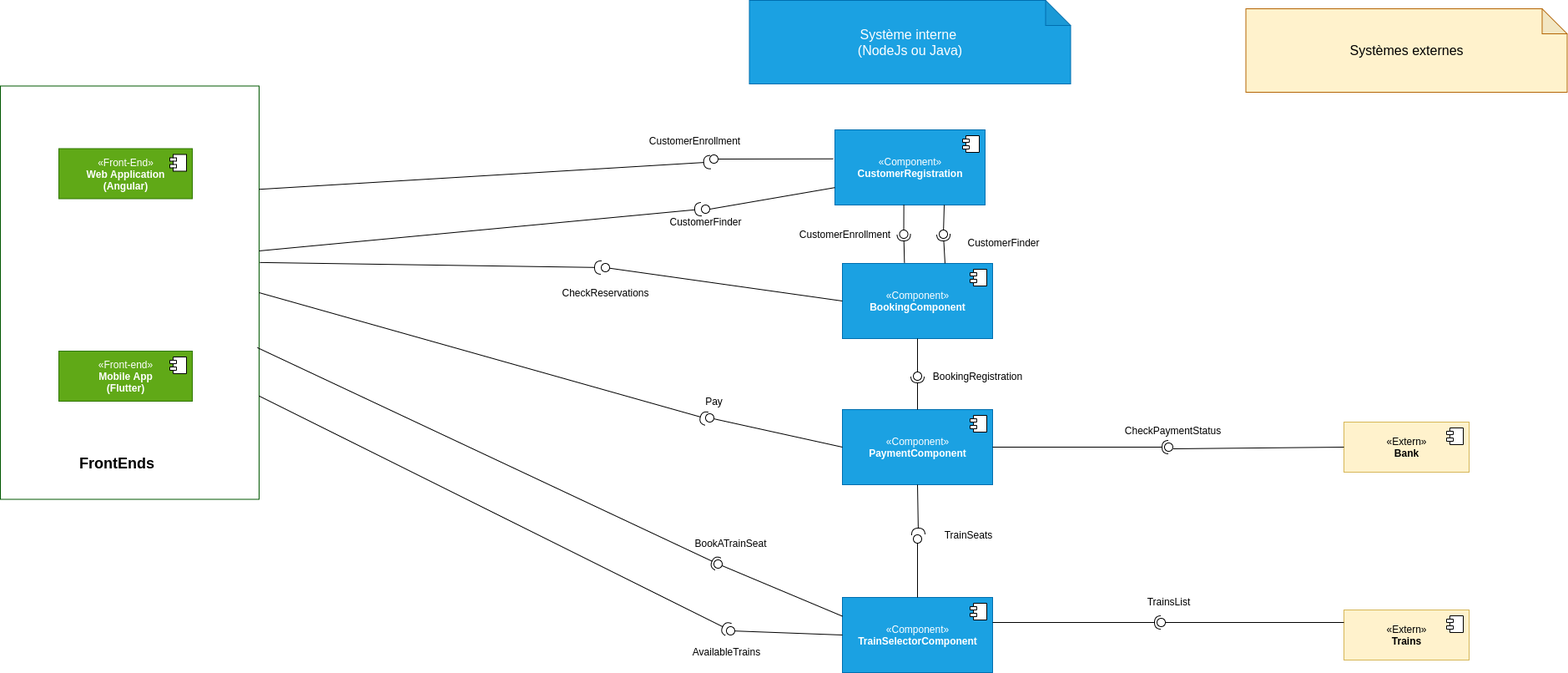
The draw.io diagram deliverables/train-booking-components-diagram.png in FlorianAinadou/train-booking, before a commit. Source tidied: cells renumbered, new cells last; positions are measured from the earlier drawing's top-left corner, leaving out a move shared by most shapes.
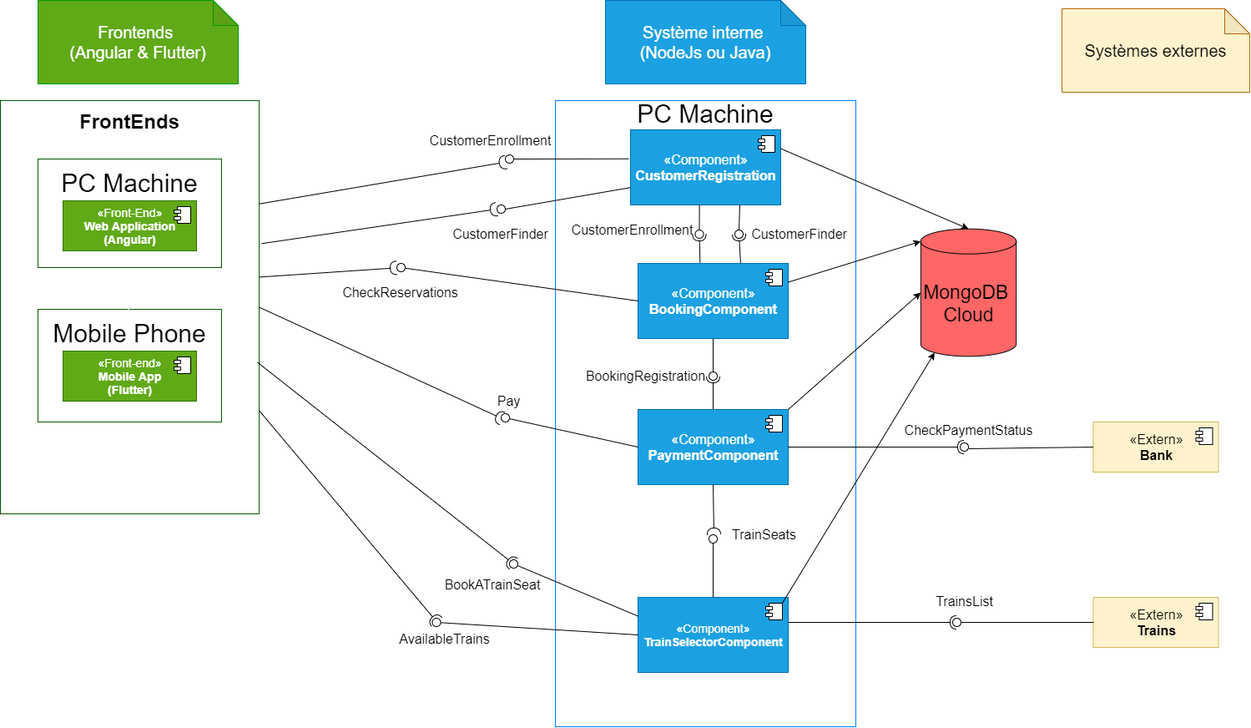
Later version of the same file.

Diff of the diagram source:
```diff
@@ -4,7 +4,16 @@
     <mxCell id="1" parent="0" />
+    <mxCell id="70" value="&lt;span style=&quot;color: rgb(0 , 0 , 0) ; font-size: 30px&quot;&gt;Mobile Phone&lt;br&gt;&lt;br&gt;&lt;/span&gt;&lt;br&gt;&lt;br&gt;&lt;br&gt;" style="rounded=0;whiteSpace=wrap;html=1;strokeColor=#005700;fontColor=#ffffff;fillColor=none;" parent="1" vertex="1">
+      <mxGeometry x="290" y="370" width="220" height="135" as="geometry" />
+    </mxCell>
+    <mxCell id="71" value="&lt;font color=&quot;#000000&quot; style=&quot;font-size: 30px&quot;&gt;PC Machine&lt;br&gt;&lt;br&gt;&lt;br&gt;&lt;/font&gt;" style="rounded=0;whiteSpace=wrap;html=1;strokeColor=#005700;fontColor=#ffffff;fillColor=none;" parent="1" vertex="1">
+      <mxGeometry x="290" y="190" width="220" height="130" as="geometry" />
+    </mxCell>
+    <mxCell id="72" value="&lt;span style=&quot;color: rgb(0 , 0 , 0) ; font-size: 30px&quot;&gt;PC Machine&lt;/span&gt;&lt;br style=&quot;color: rgb(0 , 0 , 0) ; font-size: 30px&quot;&gt;&lt;br&gt;&lt;br&gt;&lt;br&gt;&lt;br&gt;&lt;br&gt;&lt;br&gt;&lt;br&gt;&lt;br&gt;&lt;br&gt;&lt;br&gt;&lt;br&gt;&lt;br&gt;&lt;br&gt;&lt;br&gt;&lt;br&gt;&lt;br&gt;&lt;br&gt;&lt;br&gt;&lt;br&gt;&lt;br&gt;&lt;br&gt;&lt;br&gt;&lt;br&gt;&lt;br&gt;&lt;br&gt;&lt;br&gt;&lt;br&gt;&lt;br&gt;&lt;br&gt;&lt;br&gt;&lt;br&gt;&lt;br&gt;&lt;br&gt;&lt;br&gt;&lt;br&gt;&lt;br&gt;&lt;br&gt;&lt;br&gt;&lt;br&gt;&lt;br&gt;&lt;br&gt;&lt;br&gt;&lt;br&gt;&lt;br&gt;&lt;br&gt;&lt;br&gt;&lt;br&gt;&lt;br&gt;&lt;br&gt;&lt;br&gt;" style="rounded=0;whiteSpace=wrap;html=1;strokeColor=#007FFF;fontColor=#ffffff;fillColor=none;" parent="1" vertex="1">
+      <mxGeometry x="910" y="120" width="360" height="750" as="geometry" />
+    </mxCell>
     <mxCell id="2" value="z" style="rounded=0;whiteSpace=wrap;html=1;strokeColor=#005700;fontColor=#ffffff;fillColor=none;" parent="1" vertex="1">
-      <mxGeometry y="102.5" width="310" height="495" as="geometry" />
+      <mxGeometry x="245" y="120" width="310" height="495" as="geometry" />
     </mxCell>
-    <mxCell id="3" value="«Extern»&lt;br&gt;&lt;b&gt;Trains&lt;br&gt;&lt;/b&gt;" style="html=1;fillColor=#fff2cc;strokeColor=#d6b656;" parent="1" vertex="1">
-      <mxGeometry x="1610" y="730" width="150" height="60" as="geometry" />
+    <mxCell id="3" value="&lt;font style=&quot;font-size: 16px&quot;&gt;«Extern»&lt;br&gt;&lt;/font&gt;&lt;b style=&quot;font-size: 16px&quot;&gt;&lt;font style=&quot;font-size: 16px&quot;&gt;Trains&lt;/font&gt;&lt;br&gt;&lt;/b&gt;" style="html=1;fillColor=#fff2cc;strokeColor=#d6b656;" parent="1" vertex="1">
+      <mxGeometry x="1554.5" y="715" width="150" height="60" as="geometry" />
     </mxCell>
@@ -15,4 +24,4 @@
     </mxCell>
-    <mxCell id="5" value="«Front-end»&lt;br&gt;&lt;b&gt;Mobile App&lt;br&gt;(Flutter)&lt;br&gt;&lt;/b&gt;" style="html=1;fillColor=#60a917;strokeColor=#2D7600;fontColor=#ffffff;" parent="1" vertex="1">
-      <mxGeometry x="70" y="420" width="160" height="60" as="geometry" />
+    <mxCell id="5" value="&lt;font style=&quot;font-size: 14px&quot;&gt;«Front-end»&lt;br&gt;&lt;/font&gt;&lt;b style=&quot;font-size: 14px&quot;&gt;&lt;font style=&quot;font-size: 14px&quot;&gt;Mobile App&lt;br&gt;(Flutter)&lt;/font&gt;&lt;br&gt;&lt;/b&gt;" style="html=1;fillColor=#60a917;strokeColor=#2D7600;fontColor=#ffffff;" parent="1" vertex="1">
+      <mxGeometry x="320" y="420" width="160" height="60" as="geometry" />
     </mxCell>
@@ -23,4 +32,4 @@
     </mxCell>
-    <mxCell id="7" value="«Front-End»&lt;br&gt;&lt;b&gt;Web Application&lt;br&gt;(Angular)&lt;br&gt;&lt;/b&gt;" style="html=1;fillColor=#60a917;strokeColor=#2D7600;fontColor=#ffffff;" parent="1" vertex="1">
-      <mxGeometry x="70" y="177.5" width="160" height="60" as="geometry" />
+    <mxCell id="7" value="&lt;font style=&quot;font-size: 14px&quot;&gt;«Front-End»&lt;br&gt;&lt;/font&gt;&lt;b style=&quot;font-size: 14px&quot;&gt;&lt;font style=&quot;font-size: 14px&quot;&gt;Web Application&lt;br&gt;(Angular)&lt;/font&gt;&lt;br&gt;&lt;/b&gt;" style="html=1;fillColor=#60a917;strokeColor=#2D7600;fontColor=#ffffff;" parent="1" vertex="1">
+      <mxGeometry x="320" y="240" width="160" height="60" as="geometry" />
     </mxCell>
@@ -31,4 +40,4 @@
     </mxCell>
-    <mxCell id="9" value="«Extern»&lt;br&gt;&lt;b&gt;Bank&lt;br&gt;&lt;/b&gt;" style="html=1;fillColor=#fff2cc;strokeColor=#d6b656;" parent="1" vertex="1">
-      <mxGeometry x="1610" y="505" width="150" height="60" as="geometry" />
+    <mxCell id="9" value="&lt;font style=&quot;font-size: 16px&quot;&gt;«Extern»&lt;br&gt;&lt;/font&gt;&lt;b style=&quot;font-size: 16px&quot;&gt;&lt;font style=&quot;font-size: 16px&quot;&gt;Bank&lt;/font&gt;&lt;br&gt;&lt;/b&gt;" style="html=1;fillColor=#fff2cc;strokeColor=#d6b656;" parent="1" vertex="1">
+      <mxGeometry x="1554.5" y="505" width="150" height="60" as="geometry" />
     </mxCell>
@@ -39,3 +48,3 @@
     </mxCell>
-    <mxCell id="11" value="«Component»&lt;br&gt;&lt;b&gt;TrainSelectorComponent&lt;/b&gt;" style="html=1;fillColor=#1ba1e2;strokeColor=#006EAF;fontColor=#ffffff;" parent="1" vertex="1">
+    <mxCell id="11" value="&lt;font style=&quot;font-size: 14px&quot;&gt;«Component»&lt;br&gt;&lt;b&gt;TrainSelectorComponent&lt;/b&gt;&lt;/font&gt;" style="html=1;fillColor=#1ba1e2;strokeColor=#006EAF;fontColor=#ffffff;" parent="1" vertex="1">
       <mxGeometry x="1009" y="715" width="180" height="90" as="geometry" />
@@ -47,3 +56,3 @@
     </mxCell>
-    <mxCell id="13" value="«Component»&lt;br&gt;&lt;b&gt;CustomerRegistration&lt;/b&gt;" style="html=1;fillColor=#1ba1e2;strokeColor=#006EAF;fontColor=#ffffff;" parent="1" vertex="1">
+    <mxCell id="13" value="&lt;font style=&quot;font-size: 16px&quot;&gt;«Component»&lt;br&gt;&lt;b&gt;CustomerRegistration&lt;/b&gt;&lt;/font&gt;" style="html=1;fillColor=#1ba1e2;strokeColor=#006EAF;fontColor=#ffffff;" parent="1" vertex="1">
       <mxGeometry x="1000" y="155" width="180" height="90" as="geometry" />
@@ -55,3 +64,3 @@
     </mxCell>
-    <mxCell id="15" value="«Component»&lt;br&gt;&lt;b&gt;PaymentComponent&lt;/b&gt;" style="html=1;fillColor=#1ba1e2;strokeColor=#006EAF;fontColor=#ffffff;" parent="1" vertex="1">
+    <mxCell id="15" value="&lt;font style=&quot;font-size: 16px&quot;&gt;«Component»&lt;br&gt;&lt;b&gt;PaymentComponent&lt;/b&gt;&lt;/font&gt;" style="html=1;fillColor=#1ba1e2;strokeColor=#006EAF;fontColor=#ffffff;" parent="1" vertex="1">
       <mxGeometry x="1009" y="490" width="180" height="90" as="geometry" />
@@ -63,3 +72,3 @@
     </mxCell>
-    <mxCell id="17" value="«Component»&lt;br&gt;&lt;b&gt;BookingComponent&lt;/b&gt;" style="html=1;fillColor=#1ba1e2;strokeColor=#006EAF;fontColor=#ffffff;" parent="1" vertex="1">
+    <mxCell id="17" value="&lt;font style=&quot;font-size: 16px&quot;&gt;«Component»&lt;br&gt;&lt;b&gt;BookingComponent&lt;/b&gt;&lt;/font&gt;" style="html=1;fillColor=#1ba1e2;strokeColor=#006EAF;fontColor=#ffffff;" parent="1" vertex="1">
       <mxGeometry x="1009" y="315" width="180" height="90" as="geometry" />
@@ -106,6 +115,6 @@
     <mxCell id="29" style="ellipse;whiteSpace=wrap;html=1;fontFamily=Helvetica;fontSize=12;fontColor=#000000;align=center;strokeColor=#000000;fillColor=#ffffff;points=[];" parent="1" vertex="1">
-      <mxGeometry x="870" y="750" width="10" height="10" as="geometry" />
+      <mxGeometry x="762.5" y="740" width="10" height="10" as="geometry" />
     </mxCell>
-    <mxCell id="30" value="&lt;b&gt;&lt;font style=&quot;font-size: 18px&quot;&gt;FrontEnds&lt;/font&gt;&lt;/b&gt;" style="text;html=1;strokeColor=none;fillColor=none;align=center;verticalAlign=middle;whiteSpace=wrap;rounded=0;" parent="1" vertex="1">
-      <mxGeometry x="120" y="545" width="40" height="20" as="geometry" />
+    <mxCell id="30" value="&lt;b&gt;&lt;font style=&quot;font-size: 24px&quot;&gt;FrontEnds&lt;/font&gt;&lt;/b&gt;" style="text;html=1;strokeColor=none;fillColor=none;align=center;verticalAlign=middle;whiteSpace=wrap;rounded=0;" parent="1" vertex="1">
+      <mxGeometry x="310" y="135" width="180" height="20" as="geometry" />
     </mxCell>
@@ -117,17 +126,16 @@
     </mxCell>
-    <mxCell id="33" style="rounded=0;jettySize=auto;html=1;endArrow=halfCircle;endFill=0;entryX=0.267;entryY=0.362;entryDx=0;entryDy=0;endSize=6;strokeWidth=1;exitX=1;exitY=0.75;exitDx=0;exitDy=0;entryPerimeter=0;" parent="1" edge="1" source="2" target="29">
+    <mxCell id="33" style="rounded=0;jettySize=auto;html=1;endArrow=halfCircle;endFill=0;endSize=6;strokeWidth=1;exitX=1;exitY=0.75;exitDx=0;exitDy=0;entryX=0.55;entryY=0.45;entryDx=0;entryDy=0;entryPerimeter=0;" parent="1" edge="1" source="2" target="29">
       <mxGeometry relative="1" as="geometry" />
     </mxCell>
-    <mxCell id="34" value="&lt;font style=&quot;font-size: 16px&quot;&gt;Système interne&amp;nbsp;&lt;br&gt;(NodeJs ou Java)&lt;/font&gt;" style="shape=note;whiteSpace=wrap;html=1;backgroundOutline=1;darkOpacity=0.05;fillColor=#1ba1e2;strokeColor=#006EAF;fontColor=#ffffff;" parent="1" vertex="1">
-      <mxGeometry x="897.5" width="385" height="100" as="geometry" />
+    <mxCell id="34" value="&lt;font style=&quot;font-size: 20px&quot;&gt;Système interne&amp;nbsp;&lt;br&gt;(NodeJs ou Java)&lt;/font&gt;" style="shape=note;whiteSpace=wrap;html=1;backgroundOutline=1;darkOpacity=0.05;fillColor=#1ba1e2;strokeColor=#006EAF;fontColor=#ffffff;" parent="1" vertex="1">
+      <mxGeometry x="970" width="240" height="100" as="geometry" />
     </mxCell>
-    <mxCell id="35" value="&lt;font style=&quot;font-size: 16px&quot;&gt;Systèmes externes&lt;br&gt;&lt;/font&gt;" style="shape=note;whiteSpace=wrap;html=1;backgroundOutline=1;darkOpacity=0.05;strokeColor=#b46504;fillColor=#FFF2CC;" parent="1" vertex="1">
-      <mxGeometry x="1492.5" y="10" width="385" height="100" as="geometry" />
+    <mxCell id="35" value="&lt;font&gt;&lt;font style=&quot;font-size: 20px&quot;&gt;Systèmes externes&lt;/font&gt;&lt;br&gt;&lt;/font&gt;" style="shape=note;whiteSpace=wrap;html=1;backgroundOutline=1;darkOpacity=0.05;strokeColor=#b46504;fillColor=#FFF2CC;" parent="1" vertex="1">
+      <mxGeometry x="1517" y="10" width="225" height="100" as="geometry" />
     </mxCell>
-    <mxCell id="36" value="CustomerEnrollment" style="text;html=1;strokeColor=none;fillColor=none;align=center;verticalAlign=middle;whiteSpace=wrap;rounded=0;" parent="1" vertex="1">
+    <mxCell id="36" value="&lt;font style=&quot;font-size: 16px&quot;&gt;CustomerEnrollment&lt;/font&gt;" style="text;html=1;strokeColor=none;fillColor=none;align=center;verticalAlign=middle;whiteSpace=wrap;rounded=0;" parent="1" vertex="1">
       <mxGeometry x="750" y="157.5" width="165" height="20" as="geometry" />
     </mxCell>
-    <mxCell id="37" style="rounded=0;orthogonalLoop=1;jettySize=auto;html=1;endArrow=halfCircle;endFill=0;endSize=6;strokeWidth=1;" parent="1" edge="1">
+    <mxCell id="37" style="rounded=0;jettySize=auto;html=1;endArrow=halfCircle;endFill=0;endSize=6;strokeWidth=1;exitX=1.01;exitY=0.346;exitDx=0;exitDy=0;exitPerimeter=0;" parent="1" edge="1" source="2">
       <mxGeometry relative="1" as="geometry">
-        <mxPoint x="310" y="300" as="sourcePoint" />
         <mxPoint x="840" y="250" as="targetPoint" />
@@ -144,9 +152,9 @@
     </mxCell>
-    <mxCell id="40" value="CustomerFinder" style="text;html=1;strokeColor=none;fillColor=none;align=center;verticalAlign=middle;whiteSpace=wrap;rounded=0;" parent="1" vertex="1">
-      <mxGeometry x="762.5" y="255" width="165" height="20" as="geometry" />
+    <mxCell id="40" value="&lt;font style=&quot;font-size: 16px&quot;&gt;CustomerFinder&lt;/font&gt;" style="text;html=1;strokeColor=none;fillColor=none;align=center;verticalAlign=middle;whiteSpace=wrap;rounded=0;" parent="1" vertex="1">
+      <mxGeometry x="762.5" y="270" width="165" height="20" as="geometry" />
     </mxCell>
-    <mxCell id="41" value="AvailableTrains" style="text;html=1;strokeColor=none;fillColor=none;align=center;verticalAlign=middle;whiteSpace=wrap;rounded=0;" parent="1" vertex="1">
-      <mxGeometry x="787.5" y="770" width="165" height="20" as="geometry" />
+    <mxCell id="41" value="&lt;font style=&quot;font-size: 16px&quot;&gt;AvailableTrains&lt;/font&gt;" style="text;html=1;strokeColor=none;fillColor=none;align=center;verticalAlign=middle;whiteSpace=wrap;rounded=0;" parent="1" vertex="1">
+      <mxGeometry x="695" y="755" width="165" height="20" as="geometry" />
     </mxCell>
-    <mxCell id="42" value="CheckReservations" style="text;html=1;strokeColor=none;fillColor=none;align=center;verticalAlign=middle;whiteSpace=wrap;rounded=0;" parent="1" vertex="1">
+    <mxCell id="42" value="&lt;font style=&quot;font-size: 16px&quot;&gt;CheckReservations&lt;/font&gt;" style="text;html=1;strokeColor=none;fillColor=none;align=center;verticalAlign=middle;whiteSpace=wrap;rounded=0;" parent="1" vertex="1">
       <mxGeometry x="642.5" y="340" width="165" height="20" as="geometry" />
@@ -161,10 +169,10 @@
     </mxCell>
-    <mxCell id="45" value="CheckPaymentStatus" style="text;html=1;align=center;verticalAlign=middle;" parent="1" vertex="1">
-      <mxGeometry x="1340" y="505" width="130" height="20" as="geometry" />
+    <mxCell id="45" value="&lt;font style=&quot;font-size: 16px&quot;&gt;CheckPaymentStatus&lt;/font&gt;" style="text;html=1;align=center;verticalAlign=middle;" parent="1" vertex="1">
+      <mxGeometry x="1320" y="505" width="170" height="20" as="geometry" />
     </mxCell>
-    <mxCell id="46" value="TrainSeats" style="text;html=1;align=center;verticalAlign=middle;" parent="1" vertex="1">
-      <mxGeometry x="1125" y="630" width="70" height="20" as="geometry" />
+    <mxCell id="46" value="&lt;font style=&quot;font-size: 16px&quot;&gt;TrainSeats&lt;/font&gt;" style="text;html=1;align=center;verticalAlign=middle;" parent="1" vertex="1">
+      <mxGeometry x="1115" y="630" width="90" height="20" as="geometry" />
     </mxCell>
-    <mxCell id="47" value="TrainsList" style="text;html=1;align=center;verticalAlign=middle;" parent="1" vertex="1">
-      <mxGeometry x="1365" y="710" width="70" height="20" as="geometry" />
+    <mxCell id="47" value="&lt;font style=&quot;font-size: 16px&quot;&gt;TrainsList&lt;/font&gt;" style="text;html=1;align=center;verticalAlign=middle;" parent="1" vertex="1">
+      <mxGeometry x="1360" y="710" width="80" height="20" as="geometry" />
     </mxCell>
@@ -179,10 +187,12 @@
     </mxCell>
-    <mxCell id="51" value="BookATrainSeat" style="text;html=1;strokeColor=none;fillColor=none;align=center;verticalAlign=middle;whiteSpace=wrap;rounded=0;" parent="1" vertex="1">
-      <mxGeometry x="792.5" y="640" width="165" height="20" as="geometry" />
+    <mxCell id="51" value="&lt;sub&gt;&lt;font style=&quot;font-size: 16px&quot;&gt;BookATrainSeat&lt;/font&gt;&lt;/sub&gt;" style="text;html=1;strokeColor=none;fillColor=none;align=center;verticalAlign=middle;whiteSpace=wrap;rounded=0;" parent="1" vertex="1">
+      <mxGeometry x="740" y="690" width="190" height="20" as="geometry" />
     </mxCell>
-    <mxCell id="52" value="Pay" style="text;html=1;strokeColor=none;fillColor=none;align=center;verticalAlign=middle;whiteSpace=wrap;rounded=0;" parent="1" vertex="1">
+    <mxCell id="52" value="&lt;font style=&quot;font-size: 16px&quot;&gt;Pay&lt;/font&gt;" style="text;html=1;strokeColor=none;fillColor=none;align=center;verticalAlign=middle;whiteSpace=wrap;rounded=0;" parent="1" vertex="1">
       <mxGeometry x="772.5" y="470" width="165" height="20" as="geometry" />
     </mxCell>
-    <mxCell id="53" style="rounded=0;jettySize=auto;html=1;endArrow=none;endFill=0;exitX=0;exitY=0.25;exitDx=0;exitDy=0;" parent="1" edge="1" source="3" target="55">
-      <mxGeometry relative="1" as="geometry" />
+    <mxCell id="53" style="rounded=0;jettySize=auto;html=1;endArrow=none;endFill=0;" parent="1" edge="1" target="55">
+      <mxGeometry relative="1" as="geometry">
+        <mxPoint x="1555" y="745" as="sourcePoint" />
+      </mxGeometry>
     </mxCell>
@@ -224,7 +234,7 @@
     </mxCell>
-    <mxCell id="64" value="BookingRegistration" style="text;html=1;strokeColor=none;fillColor=none;align=center;verticalAlign=middle;whiteSpace=wrap;rounded=0;" parent="1" vertex="1">
-      <mxGeometry x="1113" y="440" width="117" height="20" as="geometry" />
+    <mxCell id="64" value="&lt;font style=&quot;font-size: 16px&quot;&gt;BookingRegistration&lt;/font&gt;" style="text;html=1;strokeColor=none;fillColor=none;align=center;verticalAlign=middle;whiteSpace=wrap;rounded=0;" parent="1" vertex="1">
+      <mxGeometry x="960" y="440" width="117" height="20" as="geometry" />
     </mxCell>
-    <mxCell id="65" value="CustomerEnrollment" style="text;html=1;strokeColor=none;fillColor=none;align=center;verticalAlign=middle;whiteSpace=wrap;rounded=0;" parent="1" vertex="1">
-      <mxGeometry x="970" y="270" width="85" height="20" as="geometry" />
+    <mxCell id="65" value="&lt;font style=&quot;font-size: 16px&quot;&gt;CustomerEnrollment&lt;/font&gt;" style="text;html=1;strokeColor=none;fillColor=none;align=center;verticalAlign=middle;whiteSpace=wrap;rounded=0;" parent="1" vertex="1">
+      <mxGeometry x="960" y="265" width="85" height="20" as="geometry" />
     </mxCell>
@@ -239,5 +249,23 @@
     </mxCell>
-    <mxCell id="69" value="CustomerFinder" style="text;html=1;strokeColor=none;fillColor=none;align=center;verticalAlign=middle;whiteSpace=wrap;rounded=0;" parent="1" vertex="1">
-      <mxGeometry x="1160" y="280" width="85" height="20" as="geometry" />
+    <mxCell id="69" value="&lt;font style=&quot;font-size: 16px&quot;&gt;CustomerFinder&lt;/font&gt;" style="text;html=1;strokeColor=none;fillColor=none;align=center;verticalAlign=middle;whiteSpace=wrap;rounded=0;" parent="1" vertex="1">
+      <mxGeometry x="1160" y="270" width="85" height="20" as="geometry" />
     </mxCell>
+    <mxCell id="73" value="&lt;font style=&quot;font-size: 23px&quot;&gt;MongoDB&amp;nbsp;&lt;br&gt;Cloud&lt;/font&gt;" style="shape=cylinder3;whiteSpace=wrap;html=1;boundedLbl=1;backgroundOutline=1;size=15;fillColor=#FF6666;" parent="1" vertex="1">
+      <mxGeometry x="1347.8" y="273.7" width="114.5" height="152.7" as="geometry" />
+    </mxCell>
+    <mxCell id="74" style="endArrow=classic;html=1;entryX=0.5;entryY=0;entryDx=0;entryDy=0;entryPerimeter=0;exitX=1;exitY=0.25;exitDx=0;exitDy=0;" parent="1" edge="1" source="13" target="73">
+      <mxGeometry relative="1" as="geometry" />
+    </mxCell>
+    <mxCell id="75" style="endArrow=classic;html=1;entryX=0;entryY=0;entryDx=0;entryDy=15;entryPerimeter=0;exitX=1;exitY=0.25;exitDx=0;exitDy=0;" parent="1" edge="1" source="17" target="73">
+      <mxGeometry relative="1" as="geometry" />
+    </mxCell>
+    <mxCell id="76" style="endArrow=classic;html=1;exitX=1;exitY=0;exitDx=0;exitDy=0;entryX=0;entryY=0.5;entryDx=0;entryDy=0;entryPerimeter=0;" parent="1" edge="1" source="15" target="73">
+      <mxGeometry relative="1" as="geometry" />
+    </mxCell>
+    <mxCell id="77" style="endArrow=classic;html=1;exitX=1;exitY=0;exitDx=0;exitDy=0;entryX=0.145;entryY=1;entryDx=0;entryDy=-4.35;entryPerimeter=0;" parent="1" edge="1" source="12" target="73">
+      <mxGeometry relative="1" as="geometry" />
+    </mxCell>
+    <mxCell id="78" value="&lt;font style=&quot;font-size: 20px&quot;&gt;Frontends&amp;nbsp;&lt;br&gt;(Angular &amp;amp; Flutter)&lt;/font&gt;" style="shape=note;whiteSpace=wrap;html=1;backgroundOutline=1;darkOpacity=0.05;fillColor=#60A917;strokeColor=#009900;fontColor=#ffffff;" parent="1" vertex="1">
+      <mxGeometry x="290" width="240" height="100" as="geometry" />
+    </mxCell>
   </root>
```
